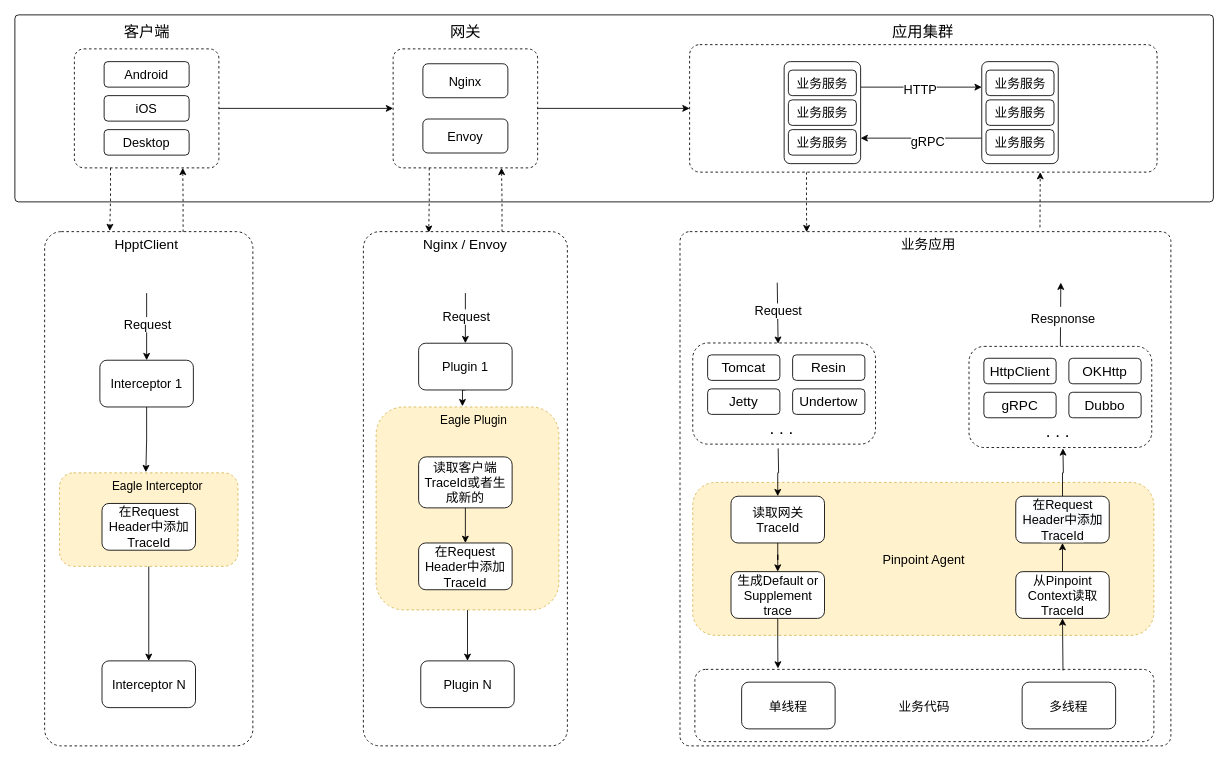
The draw.io diagram page "eagle全链路traceId" (2 of 11) of Untitled Diagram.drawio in maxuewen/draw.io, before the edit. Source tidied: cells renumbered, new cells numbered last; positions are measured from the earlier drawing's top-left corner, leaving out a move shared by most shapes. Both pictures are drawn from the tidied source at 85%, with x=0, y=0 at pixel (14, 14).
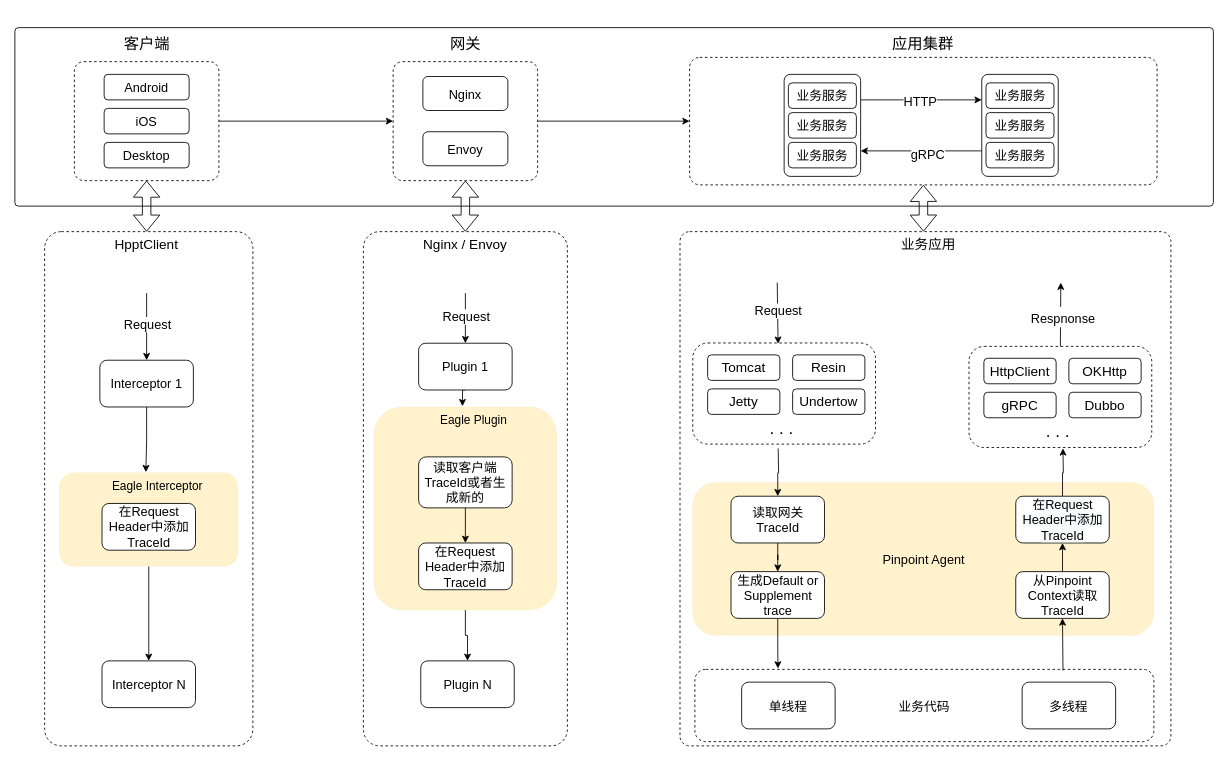
The same diagram, later.

Unchanged cells that the change refers to:
```xml
<mxCell id="5" value="&lt;font style=&quot;font-size: 16px;&quot;&gt;HpptClient&lt;/font&gt;" style="text;html=1;strokeColor=none;fillColor=none;align=center;verticalAlign=middle;whiteSpace=wrap;rounded=0;dashed=1;" parent="1" vertex="1">
  <mxGeometry x="45" y="255" width="220" height="30" as="geometry" />
</mxCell>
<mxCell id="47" value="&lt;font style=&quot;font-size: 16px;&quot;&gt;Nginx / Envoy&lt;/font&gt;" style="text;html=1;strokeColor=none;fillColor=none;align=center;verticalAlign=middle;whiteSpace=wrap;rounded=0;dashed=1;" parent="1" vertex="1">
  <mxGeometry x="420" y="255" width="220" height="30" as="geometry" />
</mxCell>
<mxCell id="58" value="&lt;span style=&quot;font-size: 16px;&quot;&gt;业务应用&lt;/span&gt;" style="text;html=1;strokeColor=none;fillColor=none;align=center;verticalAlign=middle;whiteSpace=wrap;rounded=0;dashed=1;" parent="1" vertex="1">
  <mxGeometry x="900" y="255" width="350" height="30" as="geometry" />
</mxCell>
```

Change to the diagram source:
```diff
@@
-    <mxCell id="3" value="&lt;font style=&quot;font-size: 15px;&quot;&gt;Pinpoint Agent&lt;/font&gt;" style="rounded=1;whiteSpace=wrap;html=1;dashed=1;fontSize=15;fillColor=#fff2cc;strokeColor=#d6b656;" parent="1" vertex="1">
+    <mxCell id="3" value="&lt;font style=&quot;font-size: 15px;&quot;&gt;Pinpoint Agent&lt;/font&gt;" style="rounded=1;whiteSpace=wrap;html=1;dashed=1;fontSize=15;fillColor=#fff2cc;strokeColor=#d6b656;strokeWidth=0;" parent="1" vertex="1">
       <mxGeometry x="797.5" y="550" width="542.5" height="180" as="geometry" />
     </mxCell>
@@
-    <mxCell id="7" style="rounded=1;whiteSpace=wrap;html=1;dashed=1;fontSize=15;fillColor=#fff2cc;strokeColor=#d6b656;" parent="1" vertex="1">
+    <mxCell id="7" style="rounded=1;whiteSpace=wrap;html=1;dashed=1;fontSize=15;fillColor=#fff2cc;strokeColor=#d6b656;strokeWidth=0;" parent="1" vertex="1">
       <mxGeometry x="52.5" y="538.8" width="210" height="110" as="geometry" />
     </mxCell>
     <mxCell id="8" style="rounded=1;whiteSpace=wrap;html=1;fontSize=15;arcSize=2;" parent="1" vertex="1">
-      <mxGeometry width="1410" height="220" as="geometry" />
+      <mxGeometry y="15" width="1410" height="210" as="geometry" />
     </mxCell>
@@
-    <mxCell id="10" style="edgeStyle=orthogonalEdgeStyle;rounded=0;jettySize=auto;html=1;exitX=0.25;exitY=1;exitDx=0;exitDy=0;dashed=1;entryX=0.303;entryY=-0.022;entryDx=0;entryDy=0;entryPerimeter=0;" parent="1" edge="1" source="11" target="5">
-      <mxGeometry relative="1" as="geometry" />
-    </mxCell>
     <mxCell id="11" style="rounded=1;whiteSpace=wrap;html=1;labelBackgroundColor=none;fontSize=15;arcSize=8;dashed=1;" parent="1" vertex="1">
-      <mxGeometry x="70" y="40" width="170" height="140" as="geometry" />
+      <mxGeometry x="70" y="55" width="170" height="140" as="geometry" />
     </mxCell>
@@
     <mxCell id="13" style="rounded=1;whiteSpace=wrap;html=1;labelBackgroundColor=none;fontSize=15;arcSize=8;dashed=1;" parent="1" vertex="1">
-      <mxGeometry x="445" y="40" width="170" height="140" as="geometry" />
+      <mxGeometry x="445" y="55" width="170" height="140" as="geometry" />
     </mxCell>
-    <mxCell id="14" style="edgeStyle=orthogonalEdgeStyle;rounded=0;jettySize=auto;html=1;exitX=0.25;exitY=1;exitDx=0;exitDy=0;entryX=0.09;entryY=0.022;entryDx=0;entryDy=0;entryPerimeter=0;fontSize=15;dashed=1;" parent="1" edge="1" source="15" target="58">
-      <mxGeometry relative="1" as="geometry" />
-    </mxCell>
     <mxCell id="15" style="rounded=1;whiteSpace=wrap;html=1;labelBackgroundColor=none;fontSize=15;arcSize=8;dashed=1;" parent="1" vertex="1">
-      <mxGeometry x="793.8" y="35" width="550" height="150" as="geometry" />
+      <mxGeometry x="793.8" y="50" width="550" height="150" as="geometry" />
     </mxCell>
     <mxCell id="16" value="&lt;font style=&quot;font-size: 15px;&quot;&gt;Android&lt;/font&gt;" style="rounded=1;whiteSpace=wrap;html=1;" parent="1" vertex="1">
-      <mxGeometry x="105" y="55" width="100" height="30" as="geometry" />
+      <mxGeometry x="105" y="70" width="100" height="30" as="geometry" />
     </mxCell>
     <mxCell id="17" value="&lt;font style=&quot;font-size: 15px;&quot;&gt;iOS&lt;/font&gt;" style="rounded=1;whiteSpace=wrap;html=1;" parent="1" vertex="1">
-      <mxGeometry x="105" y="95" width="100" height="30" as="geometry" />
+      <mxGeometry x="105" y="110" width="100" height="30" as="geometry" />
     </mxCell>
     <mxCell id="18" value="&lt;span style=&quot;font-size: 15px;&quot;&gt;Desktop&lt;/span&gt;" style="rounded=1;whiteSpace=wrap;html=1;" parent="1" vertex="1">
-      <mxGeometry x="105" y="135" width="100" height="30" as="geometry" />
+      <mxGeometry x="105" y="150" width="100" height="30" as="geometry" />
     </mxCell>
@@
     <mxCell id="21" style="rounded=1;whiteSpace=wrap;html=1;arcSize=8;fillStyle=auto;shadow=0;glass=0;sketch=0;fontSize=14;" parent="1" vertex="1">
-      <mxGeometry x="905" y="55" width="90" height="120" as="geometry" />
+      <mxGeometry x="905" y="70" width="90" height="120" as="geometry" />
     </mxCell>
     <mxCell id="22" value="业务服务" style="rounded=1;whiteSpace=wrap;html=1;shadow=0;glass=0;sketch=0;fillStyle=auto;fontSize=15;" parent="1" vertex="1">
-      <mxGeometry x="910" y="65" width="80" height="30" as="geometry" />
+      <mxGeometry x="910" y="80" width="80" height="30" as="geometry" />
     </mxCell>
     <mxCell id="23" value="业务服务" style="rounded=1;whiteSpace=wrap;html=1;shadow=0;glass=0;sketch=0;fillStyle=auto;fontSize=15;" parent="1" vertex="1">
-      <mxGeometry x="910" y="100" width="80" height="30" as="geometry" />
+      <mxGeometry x="910" y="115" width="80" height="30" as="geometry" />
     </mxCell>
     <mxCell id="24" value="业务服务" style="rounded=1;whiteSpace=wrap;html=1;shadow=0;glass=0;sketch=0;fillStyle=auto;fontSize=15;" parent="1" vertex="1">
-      <mxGeometry x="910" y="135" width="80" height="30" as="geometry" />
+      <mxGeometry x="910" y="150" width="80" height="30" as="geometry" />
     </mxCell>
@@
     <mxCell id="27" style="rounded=1;whiteSpace=wrap;html=1;arcSize=8;fillStyle=auto;shadow=0;glass=0;sketch=0;fontSize=14;" parent="1" vertex="1">
-      <mxGeometry x="1137.5" y="55" width="90" height="120" as="geometry" />
+      <mxGeometry x="1137.5" y="70" width="90" height="120" as="geometry" />
     </mxCell>
     <mxCell id="28" value="业务服务" style="rounded=1;whiteSpace=wrap;html=1;shadow=0;glass=0;sketch=0;fillStyle=auto;fontSize=15;" parent="1" vertex="1">
-      <mxGeometry x="1142.5" y="65" width="80" height="30" as="geometry" />
+      <mxGeometry x="1142.5" y="80" width="80" height="30" as="geometry" />
     </mxCell>
     <mxCell id="29" value="业务服务" style="rounded=1;whiteSpace=wrap;html=1;shadow=0;glass=0;sketch=0;fillStyle=auto;fontSize=15;" parent="1" vertex="1">
-      <mxGeometry x="1142.5" y="100" width="80" height="30" as="geometry" />
+      <mxGeometry x="1142.5" y="115" width="80" height="30" as="geometry" />
     </mxCell>
     <mxCell id="30" value="业务服务" style="rounded=1;whiteSpace=wrap;html=1;shadow=0;glass=0;sketch=0;fillStyle=auto;fontSize=15;" parent="1" vertex="1">
-      <mxGeometry x="1142.5" y="135" width="80" height="30" as="geometry" />
+      <mxGeometry x="1142.5" y="150" width="80" height="30" as="geometry" />
     </mxCell>
     <mxCell id="31" value="&lt;font style=&quot;font-size: 15px;&quot;&gt;Nginx&lt;/font&gt;" style="rounded=1;whiteSpace=wrap;html=1;" parent="1" vertex="1">
-      <mxGeometry x="480" y="57.5" width="100" height="40" as="geometry" />
+      <mxGeometry x="480" y="72.5" width="100" height="40" as="geometry" />
     </mxCell>
     <mxCell id="32" value="&lt;span style=&quot;font-size: 15px;&quot;&gt;Envoy&lt;/span&gt;" style="rounded=1;whiteSpace=wrap;html=1;" parent="1" vertex="1">
-      <mxGeometry x="480" y="122.5" width="100" height="40" as="geometry" />
+      <mxGeometry x="480" y="137.5" width="100" height="40" as="geometry" />
     </mxCell>
     <mxCell id="33" value="&lt;font style=&quot;font-size: 18px;&quot;&gt;客户端&lt;/font&gt;" style="text;html=1;align=center;verticalAlign=middle;strokeColor=none;fillColor=none;fontSize=15;fontColor=#000000;" parent="1" vertex="1">
-      <mxGeometry x="115" width="80" height="40" as="geometry" />
+      <mxGeometry x="115" y="15" width="80" height="40" as="geometry" />
     </mxCell>
     <mxCell id="34" value="&lt;font style=&quot;font-size: 18px;&quot;&gt;网关&lt;/font&gt;" style="text;html=1;align=center;verticalAlign=middle;strokeColor=none;fillColor=none;fontSize=15;fontColor=#000000;" parent="1" vertex="1">
-      <mxGeometry x="500" width="60" height="40" as="geometry" />
+      <mxGeometry x="500" y="15" width="60" height="40" as="geometry" />
     </mxCell>
     <mxCell id="35" value="&lt;font style=&quot;font-size: 18px;&quot;&gt;应用集群&lt;/font&gt;" style="text;html=1;align=center;verticalAlign=middle;strokeColor=none;fillColor=none;fontSize=15;fontColor=#000000;" parent="1" vertex="1">
-      <mxGeometry x="1017.5" width="100" height="40" as="geometry" />
+      <mxGeometry x="1017.5" y="15" width="100" height="40" as="geometry" />
     </mxCell>
-    <mxCell id="36" style="edgeStyle=orthogonalEdgeStyle;rounded=0;jettySize=auto;html=1;entryX=0.75;entryY=1;entryDx=0;entryDy=0;dashed=1;exitX=0.695;exitY=0.013;exitDx=0;exitDy=0;exitPerimeter=0;" parent="1" edge="1" source="5" target="11">
-      <mxGeometry relative="1" as="geometry" />
-    </mxCell>
@@
-    <mxCell id="38" style="edgeStyle=orthogonalEdgeStyle;rounded=0;jettySize=auto;html=1;exitX=0.25;exitY=1;exitDx=0;exitDy=0;dashed=1;entryX=0.304;entryY=0.044;entryDx=0;entryDy=0;entryPerimeter=0;" parent="1" edge="1" source="13" target="47">
-      <mxGeometry relative="1" as="geometry" />
-    </mxCell>
-    <mxCell id="39" style="edgeStyle=orthogonalEdgeStyle;rounded=0;jettySize=auto;html=1;entryX=0.75;entryY=1;entryDx=0;entryDy=0;dashed=1;exitX=0.696;exitY=0.009;exitDx=0;exitDy=0;exitPerimeter=0;" parent="1" edge="1" source="47" target="13">
-      <mxGeometry relative="1" as="geometry" />
-    </mxCell>
@@
-    <mxCell id="49" style="rounded=1;whiteSpace=wrap;html=1;dashed=1;fontSize=15;fillColor=#fff2cc;strokeColor=#d6b656;" parent="1" vertex="1">
-      <mxGeometry x="425" y="461.3" width="215" height="238.7" as="geometry" />
+    <mxCell id="49" style="rounded=1;whiteSpace=wrap;html=1;dashed=1;fontSize=15;fillColor=#fff2cc;strokeColor=#d6b656;strokeWidth=0;" parent="1" vertex="1">
+      <mxGeometry x="422.5" y="461.3" width="215" height="238.7" as="geometry" />
     </mxCell>
@@
-    <mxCell id="88" style="endArrow=classic;html=1;rounded=0;fontSize=15;entryX=0.75;entryY=1;entryDx=0;entryDy=0;dashed=1;" parent="1" edge="1" target="15">
-      <mxGeometry relative="1" as="geometry">
-        <mxPoint x="1206" y="250" as="sourcePoint" />
-      </mxGeometry>
-    </mxCell>
@@
+    <mxCell id="36" style="shape=flexArrow;endArrow=classic;startArrow=classic;html=1;rounded=0;fontSize=15;entryX=0.5;entryY=1;entryDx=0;entryDy=0;exitX=0.5;exitY=0;exitDx=0;exitDy=0;" parent="1" edge="1" source="5" target="11">
+      <mxGeometry relative="1" as="geometry" />
+    </mxCell>
+    <mxCell id="39" style="shape=flexArrow;endArrow=classic;startArrow=classic;html=1;rounded=0;fontSize=15;entryX=0.5;entryY=1;entryDx=0;entryDy=0;exitX=0.5;exitY=0;exitDx=0;exitDy=0;" parent="1" edge="1" source="47" target="13">
+      <mxGeometry relative="1" as="geometry" />
+    </mxCell>
+    <mxCell id="90" style="shape=flexArrow;endArrow=classic;startArrow=classic;html=1;rounded=0;fontSize=15;entryX=0.5;entryY=1;entryDx=0;entryDy=0;" parent="1" edge="1" target="15">
+      <mxGeometry relative="1" as="geometry">
+        <mxPoint x="1069" y="255" as="sourcePoint" />
+      </mxGeometry>
+    </mxCell>
```
